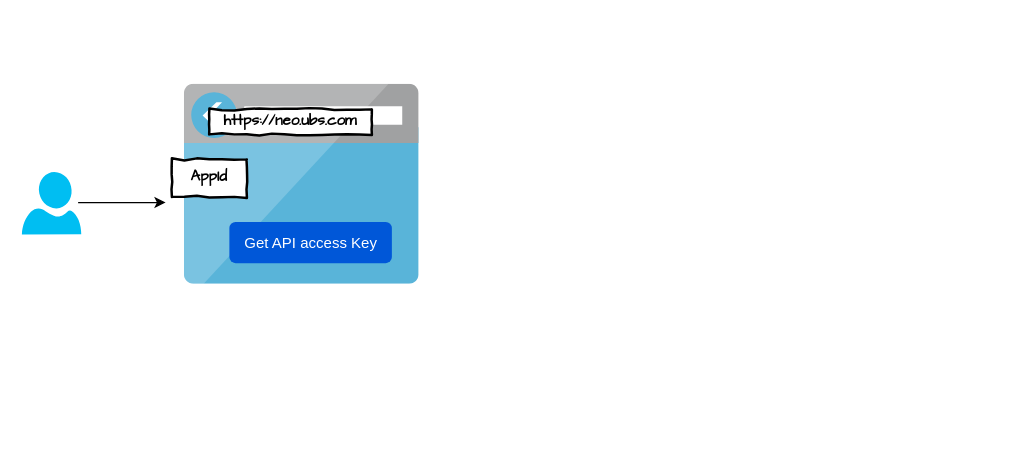
Above: Untitled Diagram.drawio in kpbindu/Diagrams (draw.io), before the change. Source tidied: cells renumbered, new cells numbered last; positions are measured from the earlier drawing's top-left corner, leaving out a move shared by most shapes. Both pictures are drawn from the tidied source at 125%, with x=0, y=0 at pixel (21, 84). Pictures stored in the file or linked from it are replaced by grey dashed boxes.
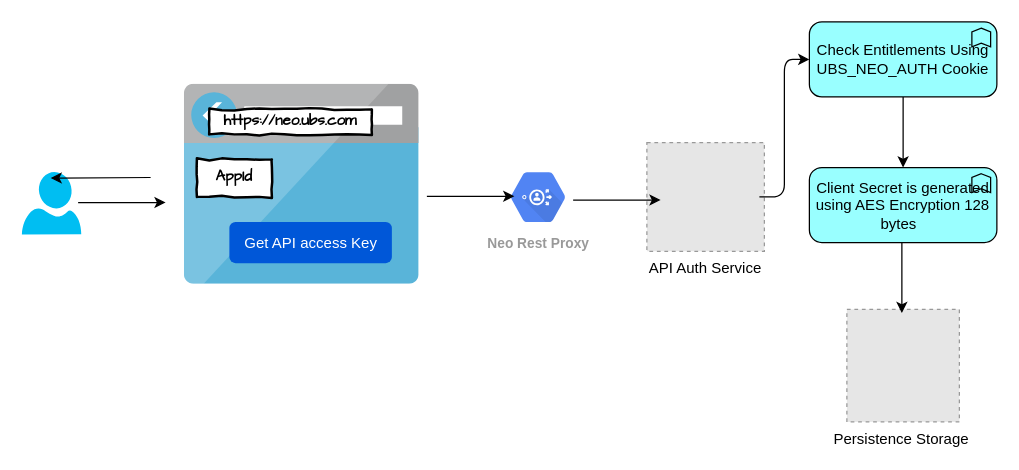
Above is the later version.

Commit message:
Initial Client Registration

Diff of the diagram source:
```diff
@@
     <mxCell id="4" value="AppId" style="html=1;whiteSpace=wrap;comic=1;strokeWidth=2;fontFamily=Comic Sans MS;fontStyle=1;" parent="1" vertex="1">
-      <mxGeometry x="120" y="60" width="60" height="30" as="geometry" />
+      <mxGeometry x="140" y="60" width="60" height="30" as="geometry" />
     </mxCell>
@@
+    <mxCell id="8" value="Neo Rest Proxy" style="html=1;fillColor=#5184F3;strokeColor=none;verticalAlign=top;labelPosition=center;verticalLabelPosition=bottom;align=center;spacingTop=-6;fontSize=11;fontStyle=1;fontColor=#999999;shape=mxgraph.gcp2.hexIcon;prIcon=identity_aware_proxy;" parent="1" vertex="1">
+      <mxGeometry x="380" y="61" width="66" height="58.5" as="geometry" />
+    </mxCell>
+    <mxCell id="9" style="endArrow=classic;html=1;" parent="1" edge="1">
+      <mxGeometry relative="1" as="geometry">
+        <mxPoint x="324" y="89.5" as="sourcePoint" />
+        <mxPoint x="394" y="89.5" as="targetPoint" />
+      </mxGeometry>
+    </mxCell>
+    <mxCell id="10" value="API Auth Service" style="fillColor=#E6E6E6;strokeColor=#999999;dashed=1;verticalLabelPosition=bottom;labelBackgroundColor=#ffffff;verticalAlign=top;" parent="1" vertex="1">
+      <mxGeometry x="500" y="46.5" width="94" height="87" as="geometry" />
+    </mxCell>
+    <mxCell id="11" value="Check Entitlements Using UBS_NEO_AUTH Cookie" style="html=1;outlineConnect=0;whiteSpace=wrap;fillColor=#99ffff;strokeColor=#000000;shape=mxgraph.archimate3.application;appType=func;archiType=rounded;" parent="1" vertex="1">
+      <mxGeometry x="630" y="-50" width="150" height="60" as="geometry" />
+    </mxCell>
+    <mxCell id="12" style="endArrow=classic;html=1;" parent="1" edge="1">
+      <mxGeometry relative="1" as="geometry">
+        <mxPoint x="441" y="92.5" as="sourcePoint" />
+        <mxPoint x="511" y="92.5" as="targetPoint" />
+      </mxGeometry>
+    </mxCell>
+    <mxCell id="13" value="Client Secret is generated using AES Encryption 128 bytes&amp;nbsp;&amp;nbsp;" style="html=1;outlineConnect=0;whiteSpace=wrap;fillColor=#99ffff;strokeColor=#000000;shape=mxgraph.archimate3.application;appType=func;archiType=rounded;" parent="1" vertex="1">
+      <mxGeometry x="630" y="66.5" width="150" height="60" as="geometry" />
+    </mxCell>
+    <mxCell id="14" style="edgeStyle=elbowEdgeStyle;elbow=horizontal;endArrow=classic;html=1;entryX=0;entryY=0.5;entryDx=0;entryDy=0;entryPerimeter=0;" parent="1" edge="1" target="11">
+      <mxGeometry relative="1" as="geometry">
+        <mxPoint x="590" y="90" as="sourcePoint" />
+      </mxGeometry>
+    </mxCell>
+    <mxCell id="15" style="endArrow=classic;html=1;" parent="1" edge="1" source="11" target="13">
+      <mxGeometry relative="1" as="geometry" />
+    </mxCell>
+    <mxCell id="16" value="Persistence Storage&amp;nbsp;" style="fillColor=#E6E6E6;strokeColor=#999999;dashed=1;html=1;verticalAlign=top;verticalLabelPosition=bottom;labelBackgroundColor=#ffffff;" parent="1" vertex="1">
+      <mxGeometry x="660" y="180" width="90" height="90" as="geometry" />
+    </mxCell>
+    <mxCell id="17" style="endArrow=classic;html=1;" parent="1" edge="1">
+      <mxGeometry relative="1" as="geometry">
+        <mxPoint x="704" y="126.5" as="sourcePoint" />
+        <mxPoint x="704" y="183" as="targetPoint" />
+      </mxGeometry>
+    </mxCell>
+    <mxCell id="18" style="endArrow=classic;html=1;" parent="1" edge="1">
+      <mxGeometry relative="1" as="geometry">
+        <mxPoint x="103" y="74.5" as="sourcePoint" />
+        <mxPoint x="23" y="75" as="targetPoint" />
+      </mxGeometry>
+    </mxCell>
```
